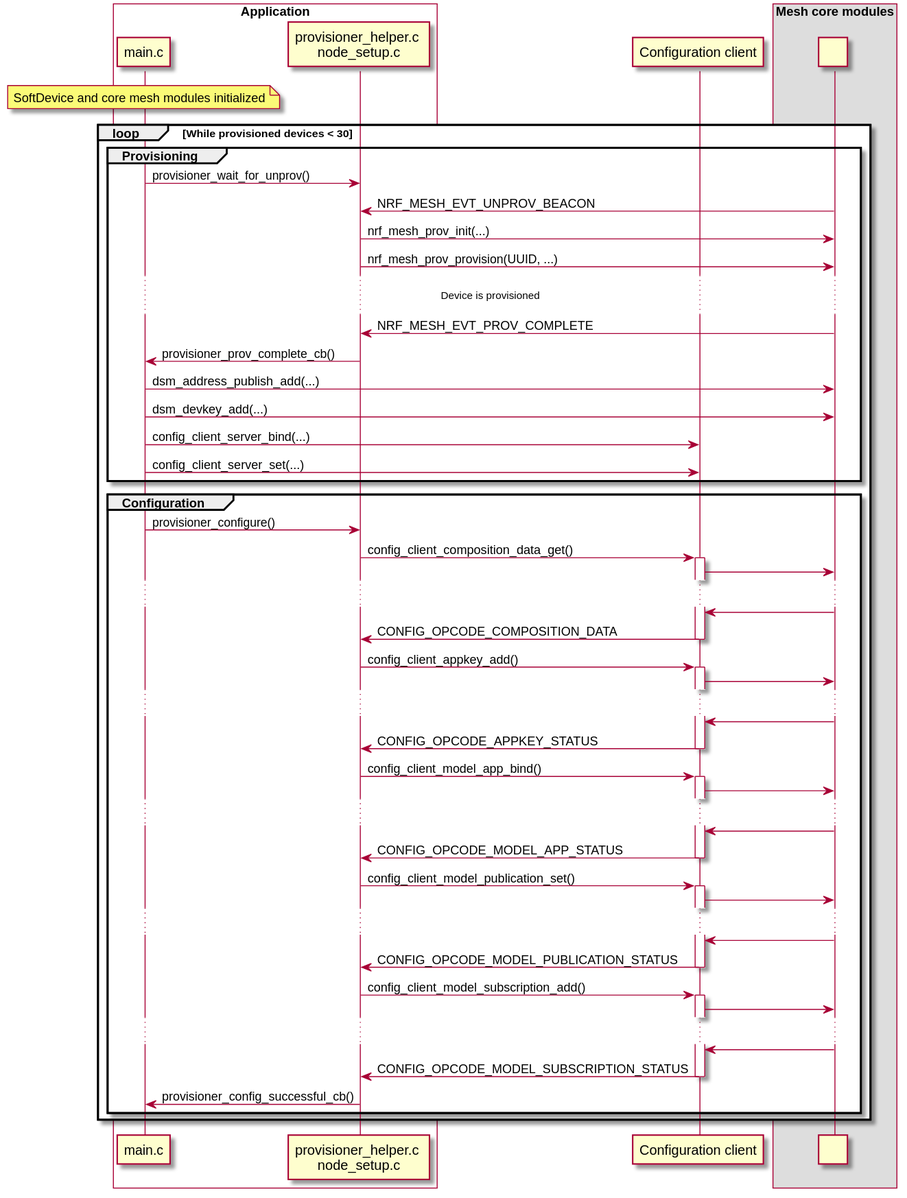
NordicSemiconductor/nRF5-SDK-for-Mesh keeps this PlantUML diagram as doc/getting_started/img/light_switch_prov_interface.svg. Above is the earlier version. The source it was exported from:
```plantuml
@startuml
skinparam defaultFontName Arial
box "Application" #FFFFFF
participant a as "main.c"
participant p as "provisioner_helper.c \nnode_setup.c"
end box

participant c as "Configuration client"

box "Mesh core modules"
participant core as "    "
end box

note over a: SoftDevice and core mesh modules initialized
loop While provisioned devices < 30
group Provisioning
      a -> p: provisioner_wait_for_unprov()
      core -> p: NRF_MESH_EVT_UNPROV_BEACON
      p -> core: nrf_mesh_prov_init(...)
      p -> core: nrf_mesh_prov_provision(UUID, ...)

      ... Device is provisioned ...

      core -> p: NRF_MESH_EVT_PROV_COMPLETE
      p -> a: provisioner_prov_complete_cb()
      a -> core: dsm_address_publish_add(...)
      a -> core: dsm_devkey_add(...)
      a -> c: config_client_server_bind(...)
      a -> c: config_client_server_set(...)
end
group Configuration
      a -> p: provisioner_configure()
      p -> c: config_client_composition_data_get()
      activate c
      c -> core
      ...
      core -> c
      c -> p: CONFIG_OPCODE_COMPOSITION_DATA
      deactivate c

      p -> c: config_client_appkey_add()
      activate c
      c -> core
      ...
      core -> c
      c -> p: CONFIG_OPCODE_APPKEY_STATUS
      deactivate c

      p -> c: config_client_model_app_bind()
      activate c
      c -> core
      ...
      core -> c
      c -> p: CONFIG_OPCODE_MODEL_APP_STATUS
      deactivate c

      p -> c: config_client_model_publication_set()
      activate c
      c -> core
      ...
      core -> c
      c -> p: CONFIG_OPCODE_MODEL_PUBLICATION_STATUS
      deactivate c

      p -> c: config_client_model_subscription_add()
      activate c
      c -> core
      ...
      core -> c
      c -> p: CONFIG_OPCODE_MODEL_SUBSCRIPTION_STATUS
      deactivate c
      p -> a: provisioner_config_successful_cb()
end
end
@enduml
```
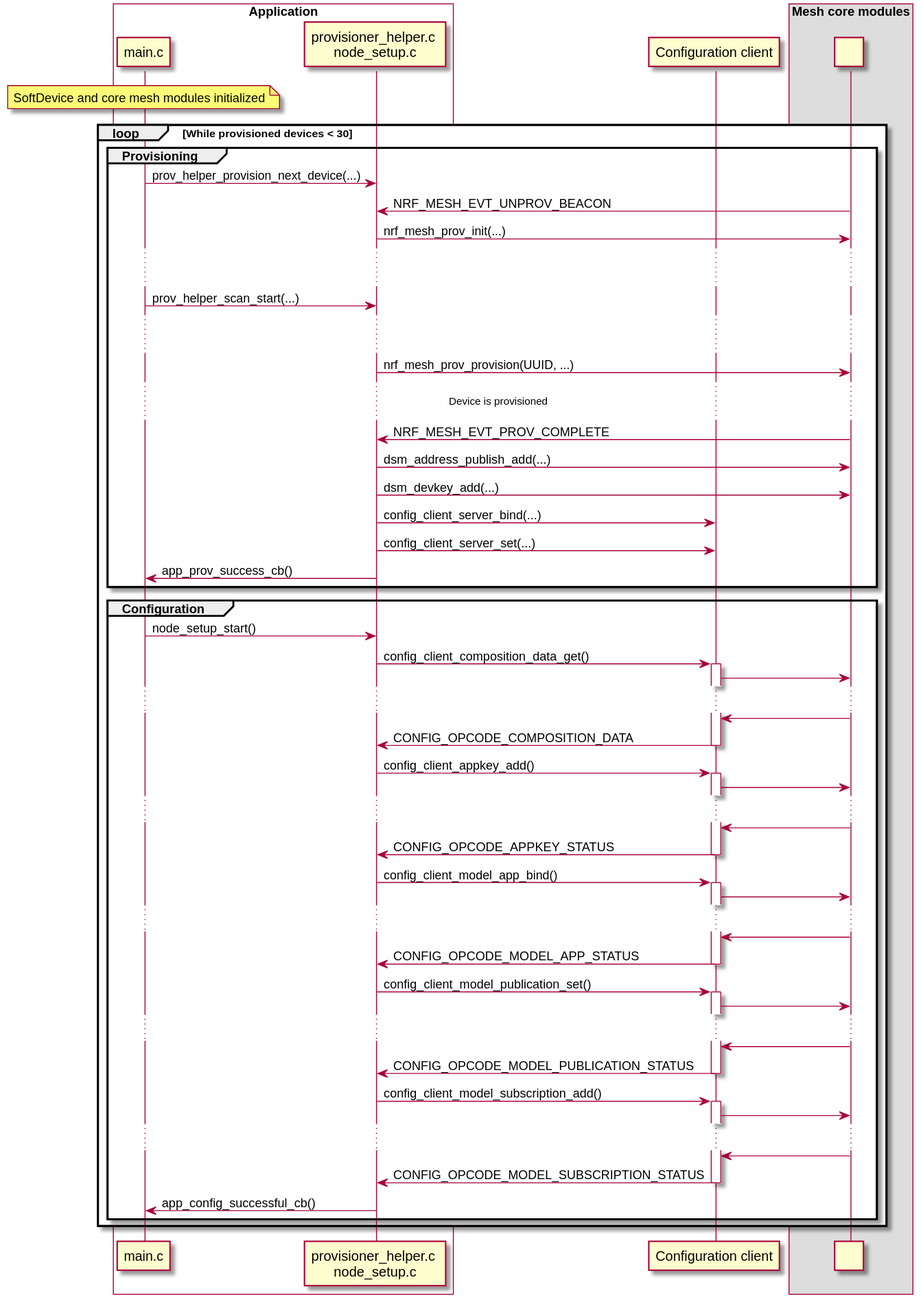
The same file after the commit.

What changed in the source:
```diff
@@ -14,22 +14,25 @@
 note over a: SoftDevice and core mesh modules initialized
 loop While provisioned devices < 30
 group Provisioning
-      a -> p: provisioner_wait_for_unprov()
+      a -> p: prov_helper_provision_next_device(...)
       core -> p: NRF_MESH_EVT_UNPROV_BEACON
       p -> core: nrf_mesh_prov_init(...)
+      ... ...
+      a -> p: prov_helper_scan_start(...)
+      ... ...
       p -> core: nrf_mesh_prov_provision(UUID, ...)
 
       ... Device is provisioned ...
 
       core -> p: NRF_MESH_EVT_PROV_COMPLETE
-      p -> a: provisioner_prov_complete_cb()
-      a -> core: dsm_address_publish_add(...)
-      a -> core: dsm_devkey_add(...)
-      a -> c: config_client_server_bind(...)
-      a -> c: config_client_server_set(...)
+      p -> core: dsm_address_publish_add(...)
+      p -> core: dsm_devkey_add(...)
+      p -> c: config_client_server_bind(...)
+      p -> c: config_client_server_set(...)
+      p -> a: app_prov_success_cb()
 end
 group Configuration
-      a -> p: provisioner_configure()
+      a -> p: node_setup_start()
       p -> c: config_client_composition_data_get()
       activate c
       c -> core
@@ -69,7 +72,7 @@
       core -> c
       c -> p: CONFIG_OPCODE_MODEL_SUBSCRIPTION_STATUS
       deactivate c
-      p -> a: provisioner_config_successful_cb()
+      p -> a: app_config_successful_cb()
 end
 end
 @enduml
```
